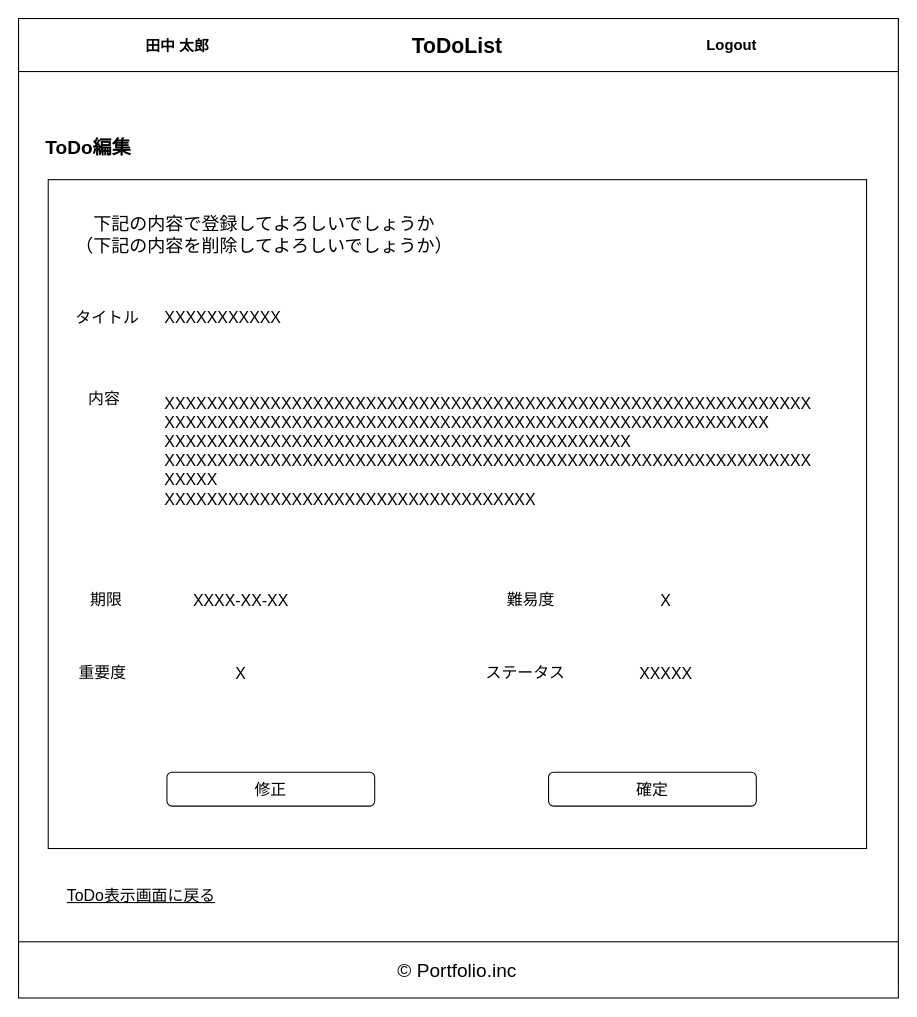
RRRYOOO/portfolio keeps this draw.io diagram as portfolio03/01/layout/todo_edit_confirm/portfolio03_01_todo_edit_confirm.drawio. Above is the earlier version. Source tidied: cells renumbered, new cells numbered last; positions are measured from the earlier drawing's top-left corner, leaving out a move shared by most shapes. Both pictures are drawn from the tidied source at 106%, with x=0, y=0 at pixel (18, 18).
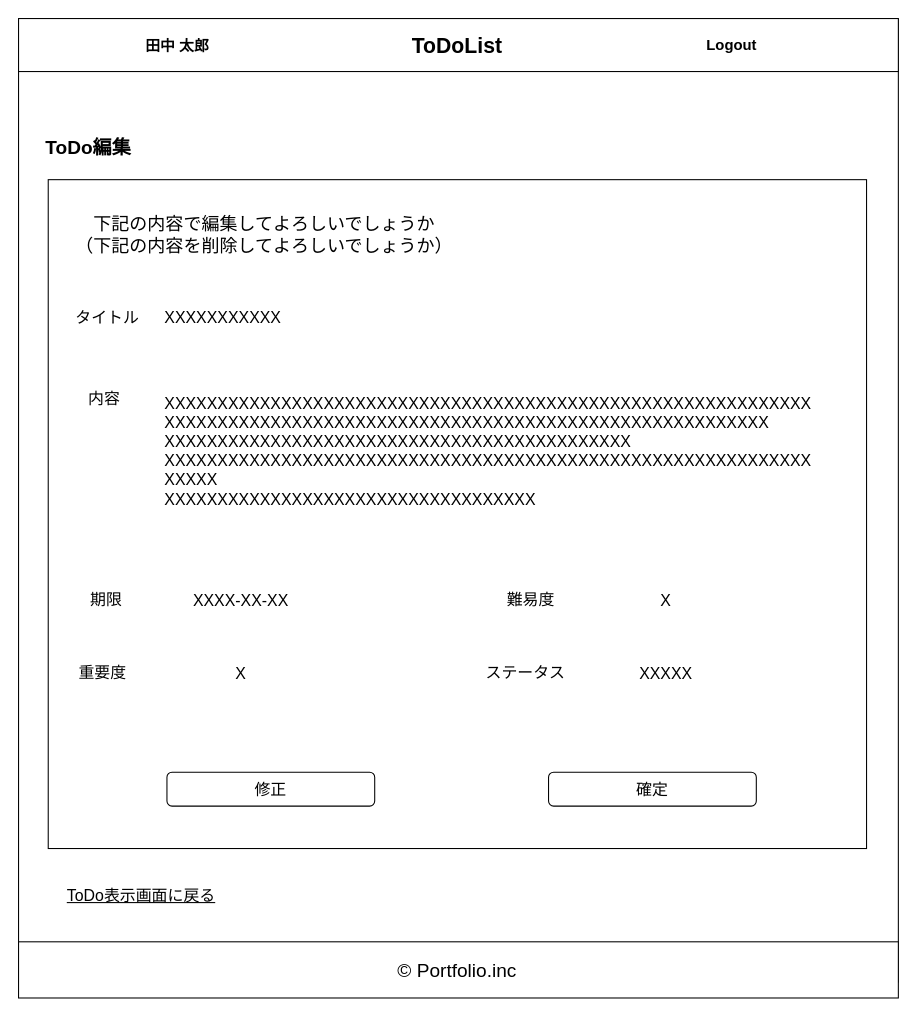
Above is the later version.

Unchanged cells that the change refers to:
```xml
<mxCell id="2" style="group;" parent="1" vertex="1">
  <mxGeometry width="830" height="909" as="geometry" />
</mxCell>
```

Diff of the diagram source:
```diff
@@
-    <mxCell id="20" value="　下記の内容で登録してよろしいでしょうか&lt;br&gt;（下記の内容を削除してよろしいでしょうか）" style="text;html=1;strokeColor=none;fillColor=none;align=left;verticalAlign=middle;whiteSpace=wrap;rounded=0;fontSize=17;" parent="2" vertex="1">
+    <mxCell id="20" value="　下記の内容で編集してよろしいでしょうか&lt;br&gt;（下記の内容を削除してよろしいでしょうか）" style="text;html=1;strokeColor=none;fillColor=none;align=left;verticalAlign=middle;whiteSpace=wrap;rounded=0;fontSize=17;" parent="2" vertex="1">
       <mxGeometry x="52" y="184" width="476" height="42" as="geometry" />
     </mxCell>
```
